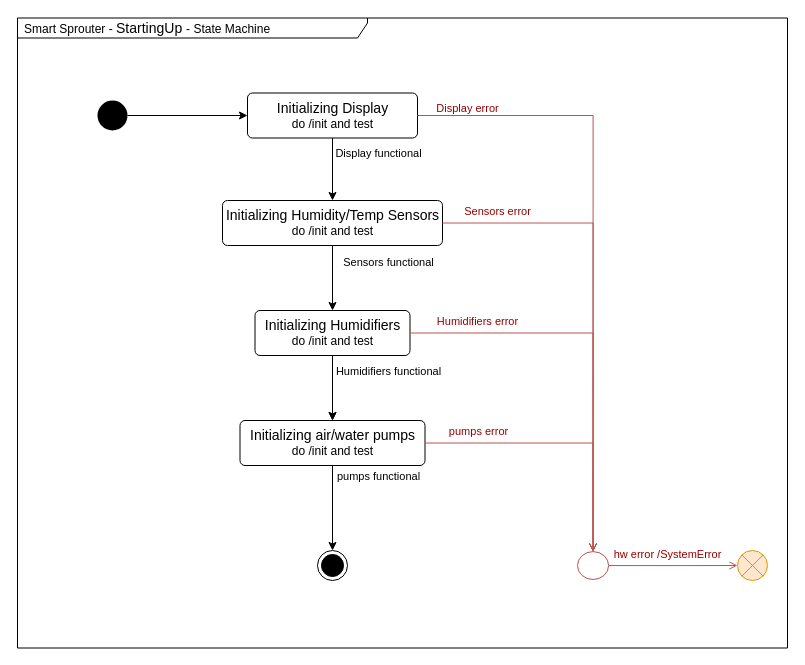
Earlier version of the draw.io diagram page "StartingUp" (2 of 14) of Documents/SmartSprouter_SystemFlow.drawio (EhudVardi/SmartSprouter). Source tidied: cells renumbered, new cells numbered last; positions are measured from the earlier drawing's top-left corner, leaving out a move shared by most shapes. Both pictures are drawn from the tidied source at 100%, with x=0, y=0 at pixel (17, 18).
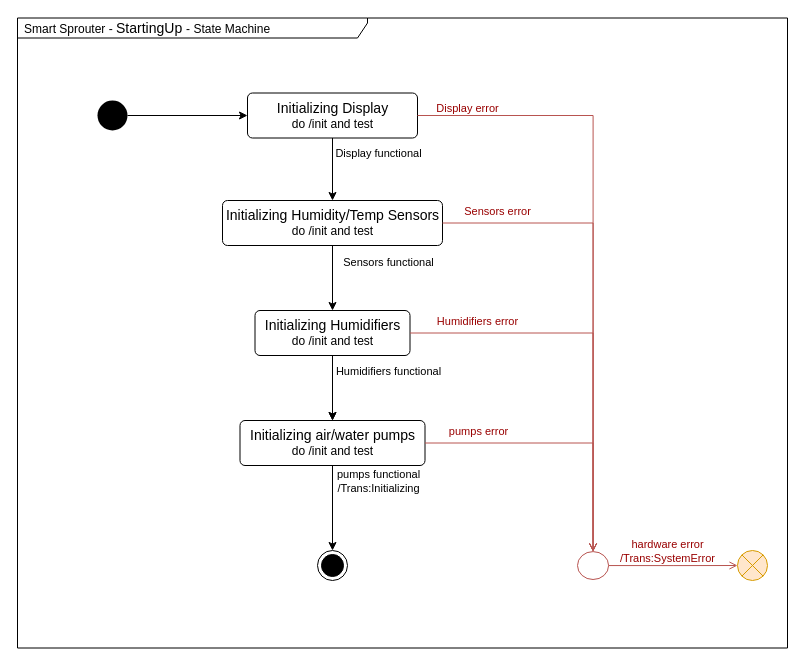
The same diagram, later.

The change refers to these unchanged cells:
```xml
<mxCell id="15" style="edgeStyle=orthogonalEdgeStyle;rounded=0;jettySize=auto;html=1;" parent="1" edge="1" source="17" target="18">
  <mxGeometry relative="1" as="geometry" />
</mxCell>
<mxCell id="28" style="edgeStyle=orthogonalEdgeStyle;rounded=0;jettySize=auto;html=1;endArrow=open;endFill=0;fillColor=#f8cecc;strokeColor=#b85450;exitX=1;exitY=0.5;exitDx=0;exitDy=0;entryX=0;entryY=0.5;entryDx=0;entryDy=0;" parent="1" edge="1" source="27" target="30">
  <mxGeometry relative="1" as="geometry" />
</mxCell>
```

The edit, as a diff of the source:
```diff
@@
-    <mxCell id="16" value="pumps functional" style="edgeLabel;html=1;align=center;verticalAlign=middle;" parent="15" vertex="1">
+    <mxCell id="16" value="pumps functional&lt;br&gt;/Trans:Initializing" style="edgeLabel;html=1;align=center;verticalAlign=middle;" parent="15" vertex="1">
       <mxGeometry x="-0.76" relative="1" as="geometry">
-        <mxPoint x="45" as="offset" />
+        <mxPoint x="45" y="5" as="offset" />
       </mxGeometry>
     </mxCell>
@@
-    <mxCell id="29" value="hw error /SystemError" style="edgeLabel;html=1;align=center;verticalAlign=middle;fontColor=#990000;" parent="28" vertex="1">
+    <mxCell id="29" value="hardware error &lt;br&gt;/Trans:SystemError" style="edgeLabel;html=1;align=center;verticalAlign=middle;fontColor=#990000;" parent="28" vertex="1">
       <mxGeometry x="-0.9" y="1" relative="1" as="geometry">
-        <mxPoint x="52" y="-11" as="offset" />
+        <mxPoint x="52" y="-14" as="offset" />
       </mxGeometry>
     </mxCell>
```
